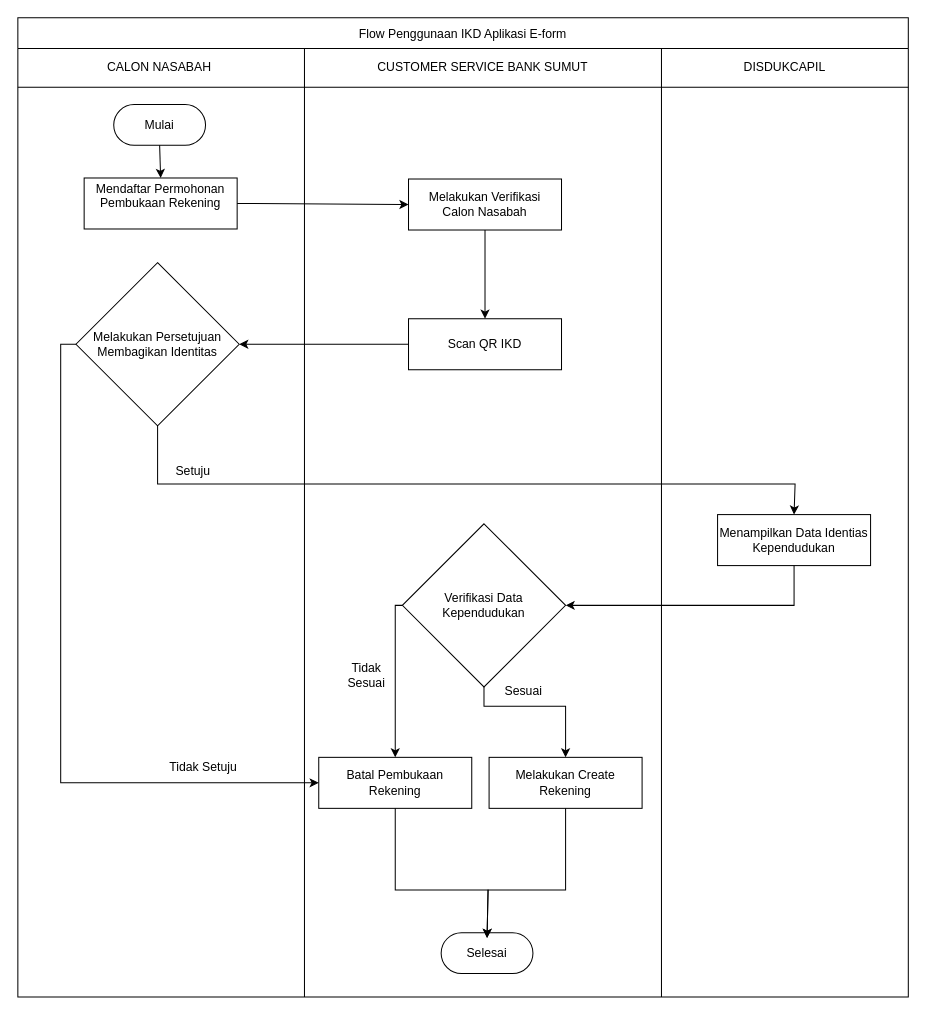
The draw.io diagram Diagram/ALU FLOW IKD.drawio in frandachi/appdiagrams, before the edit. Source tidied: cells renumbered, new cells numbered last; positions are measured from the earlier drawing's top-left corner, leaving out a move shared by most shapes. Both pictures are drawn from the tidied source at 102%, with x=0, y=0 at pixel (17, 17).
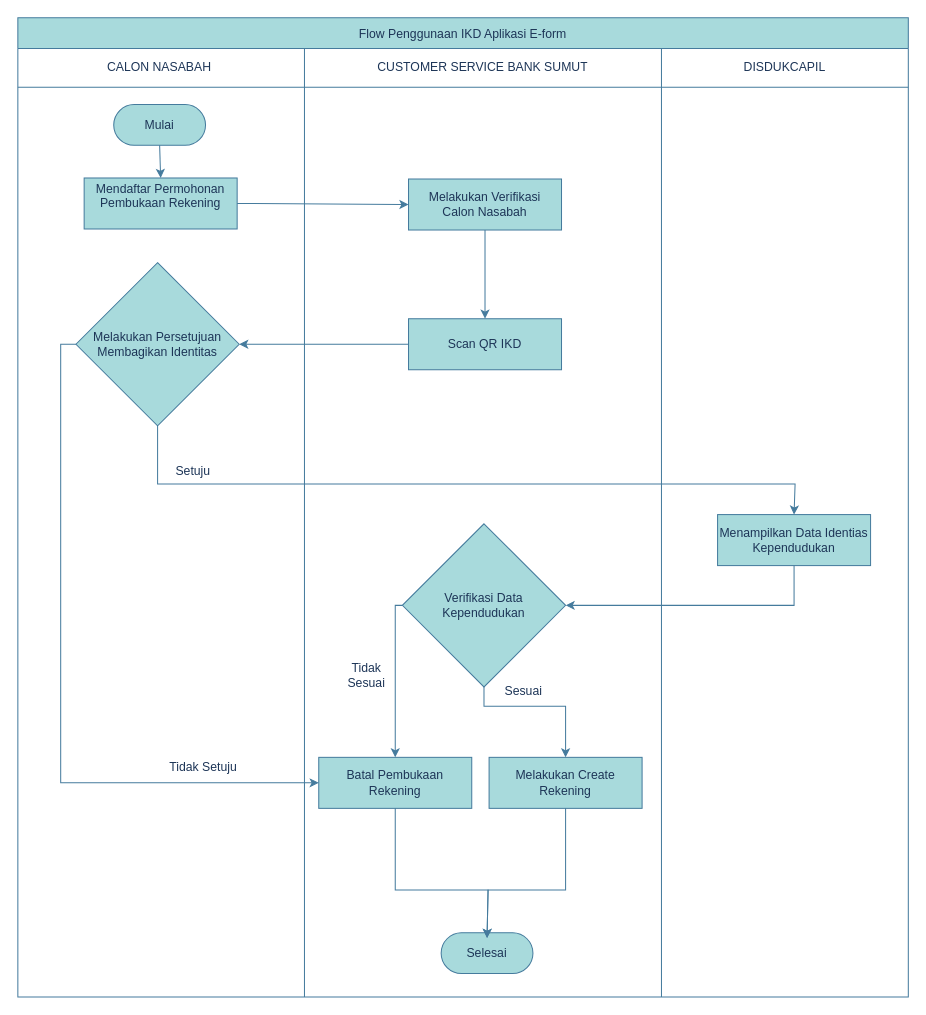
After the change.

What changed in the source:
```diff
@@
-    <mxCell id="2" value="Flow Penggunaan IKD Aplikasi E-form" style="shape=table;startSize=30;childLayout=tableLayout;" parent="1" vertex="1">
+    <mxCell id="2" value="Flow Penggunaan IKD Aplikasi E-form" style="shape=table;startSize=30;childLayout=tableLayout;labelBackgroundColor=none;fillColor=#A8DADC;strokeColor=#457B9D;fontColor=#1D3557;" parent="1" vertex="1">
       <mxGeometry width="873" height="960" as="geometry" />
     </mxCell>
-    <mxCell id="3" style="shape=tableRow;horizontal=0;startSize=0;swimlaneHead=0;swimlaneBody=0;strokeColor=inherit;top=0;left=0;bottom=0;right=0;fillColor=none;" parent="2" vertex="1">
+    <mxCell id="3" style="shape=tableRow;horizontal=0;startSize=0;swimlaneHead=0;swimlaneBody=0;strokeColor=#457B9D;top=0;left=0;bottom=0;right=0;fillColor=none;labelBackgroundColor=none;fontColor=#1D3557;" parent="2" vertex="1">
       <mxGeometry y="30" width="873" height="38" as="geometry" />
     </mxCell>
-    <mxCell id="4" value="CALON NASABAH&amp;nbsp;" style="shape=partialRectangle;html=1;whiteSpace=wrap;strokeColor=inherit;overflow=hidden;fillColor=none;top=0;left=0;bottom=0;right=0;" parent="3" vertex="1">
+    <mxCell id="4" value="CALON NASABAH&amp;nbsp;" style="shape=partialRectangle;html=1;whiteSpace=wrap;strokeColor=#457B9D;overflow=hidden;fillColor=none;top=0;left=0;bottom=0;right=0;labelBackgroundColor=none;fontColor=#1D3557;" parent="3" vertex="1">
       <mxGeometry width="281" height="38" as="geometry" />
     </mxCell>
-    <mxCell id="5" value="CUSTOMER SERVICE BANK SUMUT" style="shape=partialRectangle;html=1;whiteSpace=wrap;strokeColor=inherit;overflow=hidden;fillColor=none;top=0;left=0;bottom=0;right=0;" parent="3" vertex="1">
+    <mxCell id="5" value="CUSTOMER SERVICE BANK SUMUT" style="shape=partialRectangle;html=1;whiteSpace=wrap;strokeColor=#457B9D;overflow=hidden;fillColor=none;top=0;left=0;bottom=0;right=0;labelBackgroundColor=none;fontColor=#1D3557;" parent="3" vertex="1">
       <mxGeometry x="281" width="350" height="38" as="geometry" />
     </mxCell>
-    <mxCell id="6" value="DISDUKCAPIL" style="shape=partialRectangle;html=1;whiteSpace=wrap;strokeColor=inherit;overflow=hidden;fillColor=none;top=0;left=0;bottom=0;right=0;" parent="3" vertex="1">
+    <mxCell id="6" value="DISDUKCAPIL" style="shape=partialRectangle;html=1;whiteSpace=wrap;strokeColor=#457B9D;overflow=hidden;fillColor=none;top=0;left=0;bottom=0;right=0;labelBackgroundColor=none;fontColor=#1D3557;" parent="3" vertex="1">
       <mxGeometry x="631" width="242" height="38" as="geometry" />
     </mxCell>
-    <mxCell id="7" style="shape=tableRow;horizontal=0;startSize=0;swimlaneHead=0;swimlaneBody=0;strokeColor=inherit;top=0;left=0;bottom=0;right=0;fillColor=none;" parent="2" vertex="1">
+    <mxCell id="7" style="shape=tableRow;horizontal=0;startSize=0;swimlaneHead=0;swimlaneBody=0;strokeColor=#457B9D;top=0;left=0;bottom=0;right=0;fillColor=none;labelBackgroundColor=none;fontColor=#1D3557;" parent="2" vertex="1">
       <mxGeometry y="68" width="873" height="892" as="geometry" />
     </mxCell>
-    <mxCell id="8" style="shape=partialRectangle;html=1;whiteSpace=wrap;strokeColor=inherit;overflow=hidden;fillColor=none;top=0;left=0;bottom=0;right=0;" parent="7" vertex="1">
+    <mxCell id="8" style="shape=partialRectangle;html=1;whiteSpace=wrap;strokeColor=#457B9D;overflow=hidden;fillColor=none;top=0;left=0;bottom=0;right=0;labelBackgroundColor=none;fontColor=#1D3557;" parent="7" vertex="1">
       <mxGeometry width="281" height="892" as="geometry" />
     </mxCell>
-    <mxCell id="9" style="shape=partialRectangle;html=1;whiteSpace=wrap;strokeColor=inherit;overflow=hidden;fillColor=none;top=0;left=0;bottom=0;right=0;" parent="7" vertex="1">
+    <mxCell id="9" style="shape=partialRectangle;html=1;whiteSpace=wrap;strokeColor=#457B9D;overflow=hidden;fillColor=none;top=0;left=0;bottom=0;right=0;labelBackgroundColor=none;fontColor=#1D3557;" parent="7" vertex="1">
       <mxGeometry x="281" width="350" height="892" as="geometry" />
     </mxCell>
-    <mxCell id="10" style="shape=partialRectangle;html=1;whiteSpace=wrap;strokeColor=inherit;overflow=hidden;fillColor=none;top=0;left=0;bottom=0;right=0;" parent="7" vertex="1">
+    <mxCell id="10" style="shape=partialRectangle;html=1;whiteSpace=wrap;strokeColor=#457B9D;overflow=hidden;fillColor=none;top=0;left=0;bottom=0;right=0;labelBackgroundColor=none;fontColor=#1D3557;" parent="7" vertex="1">
       <mxGeometry x="631" width="242" height="892" as="geometry" />
     </mxCell>
-    <mxCell id="11" value="Mulai" style="html=1;dashed=0;whiteSpace=wrap;shape=mxgraph.dfd.start;" parent="1" vertex="1">
+    <mxCell id="11" value="Mulai" style="html=1;dashed=0;whiteSpace=wrap;shape=mxgraph.dfd.start;labelBackgroundColor=none;fillColor=#A8DADC;strokeColor=#457B9D;fontColor=#1D3557;" parent="1" vertex="1">
       <mxGeometry x="94" y="85" width="90" height="40" as="geometry" />
     </mxCell>
-    <mxCell id="12" value="Mendaftar Permohonan Pembukaan Rekening&lt;div&gt;&lt;br&gt;&lt;/div&gt;" style="rounded=0;whiteSpace=wrap;html=1;" parent="1" vertex="1">
+    <mxCell id="12" value="Mendaftar Permohonan Pembukaan Rekening&lt;div&gt;&lt;br&gt;&lt;/div&gt;" style="rounded=0;whiteSpace=wrap;html=1;labelBackgroundColor=none;fillColor=#A8DADC;strokeColor=#457B9D;fontColor=#1D3557;" parent="1" vertex="1">
       <mxGeometry x="65" y="157" width="150" height="50" as="geometry" />
     </mxCell>
-    <mxCell id="13" value="Melakukan Verifikasi&lt;br&gt;Calon Nasabah" style="rounded=0;whiteSpace=wrap;html=1;" parent="1" vertex="1">
+    <mxCell id="13" value="Melakukan Verifikasi&lt;br&gt;Calon Nasabah" style="rounded=0;whiteSpace=wrap;html=1;labelBackgroundColor=none;fillColor=#A8DADC;strokeColor=#457B9D;fontColor=#1D3557;" parent="1" vertex="1">
       <mxGeometry x="383" y="158" width="150" height="50" as="geometry" />
     </mxCell>
-    <mxCell id="14" value="Scan QR IKD" style="rounded=0;whiteSpace=wrap;html=1;" parent="1" vertex="1">
+    <mxCell id="14" value="Scan QR IKD" style="rounded=0;whiteSpace=wrap;html=1;labelBackgroundColor=none;fillColor=#A8DADC;strokeColor=#457B9D;fontColor=#1D3557;" parent="1" vertex="1">
       <mxGeometry x="383" y="295" width="150" height="50" as="geometry" />
     </mxCell>
-    <mxCell id="15" value="Melakukan Persetujuan Membagikan Identitas" style="rhombus;whiteSpace=wrap;html=1;" parent="1" vertex="1">
+    <mxCell id="15" value="Melakukan Persetujuan Membagikan Identitas" style="rhombus;whiteSpace=wrap;html=1;labelBackgroundColor=none;fillColor=#A8DADC;strokeColor=#457B9D;fontColor=#1D3557;" parent="1" vertex="1">
       <mxGeometry x="57" y="240" width="160" height="160" as="geometry" />
     </mxCell>
-    <mxCell id="16" value="Menampilkan Data Identias Kependudukan" style="rounded=0;whiteSpace=wrap;html=1;" parent="1" vertex="1">
+    <mxCell id="16" value="Menampilkan Data Identias Kependudukan" style="rounded=0;whiteSpace=wrap;html=1;labelBackgroundColor=none;fillColor=#A8DADC;strokeColor=#457B9D;fontColor=#1D3557;" parent="1" vertex="1">
       <mxGeometry x="686" y="487" width="150" height="50" as="geometry" />
     </mxCell>
-    <mxCell id="17" value="Verifikasi Data Kependudukan" style="rhombus;whiteSpace=wrap;html=1;" parent="1" vertex="1">
+    <mxCell id="17" value="Verifikasi Data Kependudukan" style="rhombus;whiteSpace=wrap;html=1;labelBackgroundColor=none;fillColor=#A8DADC;strokeColor=#457B9D;fontColor=#1D3557;" parent="1" vertex="1">
       <mxGeometry x="377" y="496" width="160" height="160" as="geometry" />
     </mxCell>
-    <mxCell id="18" value="Melakukan Create Rekening" style="rounded=0;whiteSpace=wrap;html=1;" parent="1" vertex="1">
+    <mxCell id="18" value="Melakukan Create Rekening" style="rounded=0;whiteSpace=wrap;html=1;labelBackgroundColor=none;fillColor=#A8DADC;strokeColor=#457B9D;fontColor=#1D3557;" parent="1" vertex="1">
       <mxGeometry x="462" y="725" width="150" height="50" as="geometry" />
     </mxCell>
-    <mxCell id="19" value="Selesai" style="html=1;dashed=0;whiteSpace=wrap;shape=mxgraph.dfd.start;" parent="1" vertex="1">
+    <mxCell id="19" value="Selesai" style="html=1;dashed=0;whiteSpace=wrap;shape=mxgraph.dfd.start;labelBackgroundColor=none;fillColor=#A8DADC;strokeColor=#457B9D;fontColor=#1D3557;" parent="1" vertex="1">
       <mxGeometry x="415" y="897" width="90" height="40" as="geometry" />
     </mxCell>
-    <mxCell id="20" style="endArrow=classic;html=1;rounded=0;exitX=0.5;exitY=0.5;exitDx=0;exitDy=20;exitPerimeter=0;entryX=0.5;entryY=0;entryDx=0;entryDy=0;" parent="1" edge="1" source="11" target="12">
+    <mxCell id="20" style="endArrow=classic;html=1;rounded=0;exitX=0.5;exitY=0.5;exitDx=0;exitDy=20;exitPerimeter=0;entryX=0.5;entryY=0;entryDx=0;entryDy=0;labelBackgroundColor=none;strokeColor=#457B9D;fontColor=default;" parent="1" edge="1" source="11" target="12">
       <mxGeometry relative="1" as="geometry" />
     </mxCell>
-    <mxCell id="21" style="endArrow=classic;html=1;rounded=0;exitX=1;exitY=0.5;exitDx=0;exitDy=0;entryX=0;entryY=0.5;entryDx=0;entryDy=0;" parent="1" edge="1" source="12" target="13">
+    <mxCell id="21" style="endArrow=classic;html=1;rounded=0;exitX=1;exitY=0.5;exitDx=0;exitDy=0;entryX=0;entryY=0.5;entryDx=0;entryDy=0;labelBackgroundColor=none;strokeColor=#457B9D;fontColor=default;" parent="1" edge="1" source="12" target="13">
       <mxGeometry relative="1" as="geometry" />
     </mxCell>
-    <mxCell id="22" style="endArrow=classic;html=1;rounded=0;exitX=0.5;exitY=1;exitDx=0;exitDy=0;entryX=0.5;entryY=0;entryDx=0;entryDy=0;" parent="1" edge="1" source="13" target="14">
+    <mxCell id="22" style="endArrow=classic;html=1;rounded=0;exitX=0.5;exitY=1;exitDx=0;exitDy=0;entryX=0.5;entryY=0;entryDx=0;entryDy=0;labelBackgroundColor=none;strokeColor=#457B9D;fontColor=default;" parent="1" edge="1" source="13" target="14">
       <mxGeometry relative="1" as="geometry" />
     </mxCell>
-    <mxCell id="23" style="endArrow=classic;html=1;rounded=0;exitX=0;exitY=0.5;exitDx=0;exitDy=0;entryX=1;entryY=0.5;entryDx=0;entryDy=0;" parent="1" edge="1" source="14" target="15">
+    <mxCell id="23" style="endArrow=classic;html=1;rounded=0;exitX=0;exitY=0.5;exitDx=0;exitDy=0;entryX=1;entryY=0.5;entryDx=0;entryDy=0;labelBackgroundColor=none;strokeColor=#457B9D;fontColor=default;" parent="1" edge="1" source="14" target="15">
       <mxGeometry relative="1" as="geometry" />
     </mxCell>
-    <mxCell id="24" style="endArrow=classic;html=1;rounded=0;exitX=0.5;exitY=1;exitDx=0;exitDy=0;entryX=0.5;entryY=0;entryDx=0;entryDy=0;" parent="1" edge="1" source="15" target="16">
+    <mxCell id="24" style="endArrow=classic;html=1;rounded=0;exitX=0.5;exitY=1;exitDx=0;exitDy=0;entryX=0.5;entryY=0;entryDx=0;entryDy=0;labelBackgroundColor=none;strokeColor=#457B9D;fontColor=default;" parent="1" edge="1" source="15" target="16">
       <mxGeometry relative="1" as="geometry">
         <Array as="points">
           <mxPoint x="137" y="457" />
           <mxPoint x="762" y="457" />
         </Array>
       </mxGeometry>
     </mxCell>
-    <mxCell id="25" style="endArrow=classic;html=1;rounded=0;exitX=0.5;exitY=1;exitDx=0;exitDy=0;entryX=1;entryY=0.5;entryDx=0;entryDy=0;" parent="1" edge="1" source="16" target="17">
+    <mxCell id="25" style="endArrow=classic;html=1;rounded=0;exitX=0.5;exitY=1;exitDx=0;exitDy=0;entryX=1;entryY=0.5;entryDx=0;entryDy=0;labelBackgroundColor=none;strokeColor=#457B9D;fontColor=default;" parent="1" edge="1" source="16" target="17">
       <mxGeometry relative="1" as="geometry">
         <Array as="points">
           <mxPoint x="761" y="576" />
         </Array>
       </mxGeometry>
     </mxCell>
-    <mxCell id="26" style="endArrow=classic;html=1;rounded=0;entryX=0.5;entryY=0;entryDx=0;entryDy=0;exitX=0.5;exitY=1;exitDx=0;exitDy=0;" parent="1" edge="1" source="17" target="18">
+    <mxCell id="26" style="endArrow=classic;html=1;rounded=0;entryX=0.5;entryY=0;entryDx=0;entryDy=0;exitX=0.5;exitY=1;exitDx=0;exitDy=0;labelBackgroundColor=none;strokeColor=#457B9D;fontColor=default;" parent="1" edge="1" source="17" target="18">
       <mxGeometry relative="1" as="geometry">
         <Array as="points">
           <mxPoint x="457" y="675" />
           <mxPoint x="537" y="675" />
         </Array>
       </mxGeometry>
     </mxCell>
-    <mxCell id="27" value="Batal Pembukaan Rekening" style="rounded=0;whiteSpace=wrap;html=1;" parent="1" vertex="1">
+    <mxCell id="27" value="Batal Pembukaan Rekening" style="rounded=0;whiteSpace=wrap;html=1;labelBackgroundColor=none;fillColor=#A8DADC;strokeColor=#457B9D;fontColor=#1D3557;" parent="1" vertex="1">
       <mxGeometry x="295" y="725" width="150" height="50" as="geometry" />
     </mxCell>
-    <mxCell id="28" style="endArrow=classic;html=1;rounded=0;exitX=0.5;exitY=1;exitDx=0;exitDy=0;entryX=0.5;entryY=0.5;entryDx=0;entryDy=-15;entryPerimeter=0;" parent="1" edge="1" source="27" target="19">
+    <mxCell id="28" style="endArrow=classic;html=1;rounded=0;exitX=0.5;exitY=1;exitDx=0;exitDy=0;entryX=0.5;entryY=0.5;entryDx=0;entryDy=-15;entryPerimeter=0;labelBackgroundColor=none;strokeColor=#457B9D;fontColor=default;" parent="1" edge="1" source="27" target="19">
       <mxGeometry relative="1" as="geometry">
         <Array as="points">
           <mxPoint x="370" y="855" />
           <mxPoint x="461" y="855" />
         </Array>
       </mxGeometry>
     </mxCell>
-    <mxCell id="29" style="endArrow=classic;html=1;rounded=0;exitX=0.5;exitY=1;exitDx=0;exitDy=0;entryX=0.5;entryY=0.5;entryDx=0;entryDy=-15;entryPerimeter=0;" parent="1" edge="1" source="18" target="19">
+    <mxCell id="29" style="endArrow=classic;html=1;rounded=0;exitX=0.5;exitY=1;exitDx=0;exitDy=0;entryX=0.5;entryY=0.5;entryDx=0;entryDy=-15;entryPerimeter=0;labelBackgroundColor=none;strokeColor=#457B9D;fontColor=default;" parent="1" edge="1" source="18" target="19">
       <mxGeometry relative="1" as="geometry">
         <Array as="points">
           <mxPoint x="537" y="855" />
           <mxPoint x="461" y="855" />
         </Array>
       </mxGeometry>
     </mxCell>
-    <mxCell id="30" style="endArrow=classic;html=1;rounded=0;exitX=0;exitY=0.5;exitDx=0;exitDy=0;entryX=0;entryY=0.5;entryDx=0;entryDy=0;" parent="1" edge="1" source="15" target="27">
+    <mxCell id="30" style="endArrow=classic;html=1;rounded=0;exitX=0;exitY=0.5;exitDx=0;exitDy=0;entryX=0;entryY=0.5;entryDx=0;entryDy=0;labelBackgroundColor=none;strokeColor=#457B9D;fontColor=default;" parent="1" edge="1" source="15" target="27">
       <mxGeometry relative="1" as="geometry">
         <Array as="points">
           <mxPoint x="42" y="320" />
           <mxPoint x="42" y="750" />
         </Array>
       </mxGeometry>
     </mxCell>
-    <mxCell id="31" style="endArrow=classic;html=1;rounded=0;exitX=0;exitY=0.5;exitDx=0;exitDy=0;entryX=0.5;entryY=0;entryDx=0;entryDy=0;" parent="1" edge="1" source="17" target="27">
+    <mxCell id="31" style="endArrow=classic;html=1;rounded=0;exitX=0;exitY=0.5;exitDx=0;exitDy=0;entryX=0.5;entryY=0;entryDx=0;entryDy=0;labelBackgroundColor=none;strokeColor=#457B9D;fontColor=default;" parent="1" edge="1" source="17" target="27">
       <mxGeometry relative="1" as="geometry">
         <Array as="points">
           <mxPoint x="370" y="576" />
         </Array>
       </mxGeometry>
     </mxCell>
-    <mxCell id="32" value="Setuju" style="text;html=1;align=center;verticalAlign=middle;whiteSpace=wrap;rounded=0;" parent="1" vertex="1">
+    <mxCell id="32" value="Setuju" style="text;html=1;align=center;verticalAlign=middle;whiteSpace=wrap;rounded=0;labelBackgroundColor=none;fontColor=#1D3557;" parent="1" vertex="1">
       <mxGeometry x="142" y="430" width="60" height="30" as="geometry" />
     </mxCell>
-    <mxCell id="33" value="Tidak Setuju" style="text;html=1;align=center;verticalAlign=middle;whiteSpace=wrap;rounded=0;" parent="1" vertex="1">
+    <mxCell id="33" value="Tidak Setuju" style="text;html=1;align=center;verticalAlign=middle;whiteSpace=wrap;rounded=0;labelBackgroundColor=none;fontColor=#1D3557;" parent="1" vertex="1">
       <mxGeometry x="142" y="720" width="80" height="30" as="geometry" />
     </mxCell>
-    <mxCell id="34" value="Sesuai" style="text;html=1;align=center;verticalAlign=middle;whiteSpace=wrap;rounded=0;" parent="1" vertex="1">
+    <mxCell id="34" value="Sesuai" style="text;html=1;align=center;verticalAlign=middle;whiteSpace=wrap;rounded=0;labelBackgroundColor=none;fontColor=#1D3557;" parent="1" vertex="1">
       <mxGeometry x="466" y="645" width="60" height="30" as="geometry" />
     </mxCell>
-    <mxCell id="35" value="Tidak Sesuai" style="text;html=1;align=center;verticalAlign=middle;whiteSpace=wrap;rounded=0;" parent="1" vertex="1">
+    <mxCell id="35" value="Tidak Sesuai" style="text;html=1;align=center;verticalAlign=middle;whiteSpace=wrap;rounded=0;labelBackgroundColor=none;fontColor=#1D3557;" parent="1" vertex="1">
       <mxGeometry x="312" y="630" width="60" height="30" as="geometry" />
     </mxCell>
```
